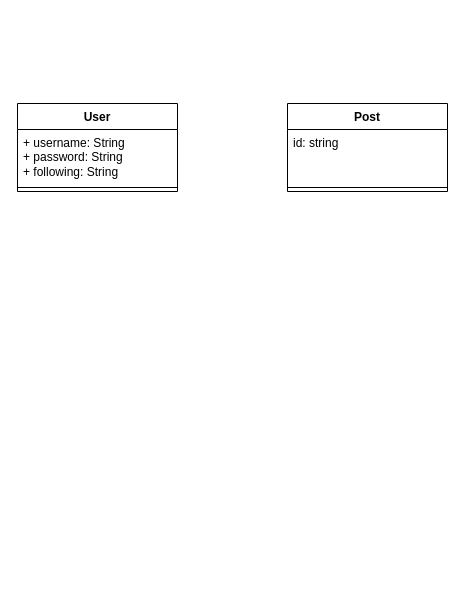
ChetanSengar/JAVA keeps this draw.io diagram as Class_Diagram.drawio. Above is the earlier version. Source tidied: cells renumbered, new cells numbered last; positions are measured from the earlier drawing's top-left corner, leaving out a move shared by most shapes. Both pictures are drawn from the tidied source at 100%, with x=0, y=0 at pixel (17, 103).
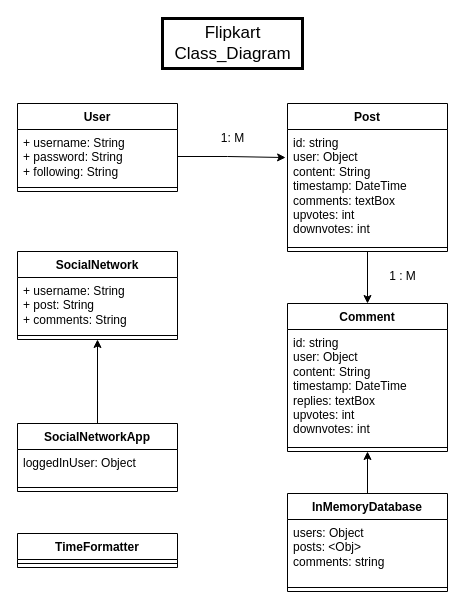
The same diagram, later.

Unchanged cells that the change refers to:
```xml
<mxCell id="3" value="+ username: String&lt;br&gt;+ password: String&lt;br&gt;+ following: String&lt;br&gt;" style="text;strokeColor=none;fillColor=none;align=left;verticalAlign=top;spacingLeft=4;spacingRight=4;overflow=hidden;points=[[0,0.5],[1,0.5]];portConstraint=eastwest;whiteSpace=wrap;html=1;" parent="2" vertex="1">
  <mxGeometry y="26" width="160" height="54" as="geometry" />
</mxCell>
```

The edit, as a diff of the source:
```diff
@@
     <mxCell id="5" value="Post" style="swimlane;fontStyle=1;align=center;verticalAlign=top;horizontal=1;startSize=26;whiteSpace=wrap;html=1;" parent="1" vertex="1">
-      <mxGeometry x="270" width="160" height="88" as="geometry" />
+      <mxGeometry x="270" width="160" height="148" as="geometry" />
     </mxCell>
-    <mxCell id="6" value="id: string&lt;br&gt;" style="text;strokeColor=none;fillColor=none;align=left;verticalAlign=top;spacingLeft=4;spacingRight=4;overflow=hidden;points=[[0,0.5],[1,0.5]];portConstraint=eastwest;whiteSpace=wrap;html=1;" parent="5" vertex="1">
-      <mxGeometry y="26" width="160" height="54" as="geometry" />
+    <mxCell id="6" value="id: string&lt;br&gt;user: Object&lt;br&gt;content: String&lt;br&gt;timestamp: DateTime&lt;br&gt;comments: textBox&lt;br&gt;upvotes: int&lt;br&gt;downvotes: int&lt;br&gt;" style="text;strokeColor=none;fillColor=none;align=left;verticalAlign=top;spacingLeft=4;spacingRight=4;overflow=hidden;points=[[0,0.5],[1,0.5]];portConstraint=eastwest;whiteSpace=wrap;html=1;" parent="5" vertex="1">
+      <mxGeometry y="26" width="160" height="114" as="geometry" />
     </mxCell>
     <mxCell id="7" style="line;strokeWidth=1;fillColor=none;align=left;verticalAlign=middle;spacingTop=-1;spacingLeft=3;spacingRight=3;labelPosition=right;strokeColor=inherit;" parent="5" vertex="1">
-      <mxGeometry y="80" width="160" height="8" as="geometry" />
+      <mxGeometry y="140" width="160" height="8" as="geometry" />
     </mxCell>
+    <mxCell id="8" style="endArrow=classic;html=1;rounded=0;exitX=1;exitY=0.5;exitDx=0;exitDy=0;entryX=-0.012;entryY=0.246;entryDx=0;entryDy=0;entryPerimeter=0;" parent="1" edge="1" source="3" target="6">
+      <mxGeometry relative="1" as="geometry">
+        <Array as="points">
+          <mxPoint x="210" y="53" />
+        </Array>
+      </mxGeometry>
+    </mxCell>
+    <mxCell id="9" value="Comment&lt;br&gt;" style="swimlane;fontStyle=1;align=center;verticalAlign=top;horizontal=1;startSize=26;whiteSpace=wrap;html=1;" parent="1" vertex="1">
+      <mxGeometry x="270" y="200" width="160" height="148" as="geometry" />
+    </mxCell>
+    <mxCell id="10" value="id: string&lt;br&gt;user: Object&lt;br&gt;content: String&lt;br&gt;timestamp: DateTime&lt;br&gt;replies: textBox&lt;br&gt;upvotes: int&lt;br&gt;downvotes: int" style="text;strokeColor=none;fillColor=none;align=left;verticalAlign=top;spacingLeft=4;spacingRight=4;overflow=hidden;whiteSpace=wrap;html=1;" parent="9" vertex="1">
+      <mxGeometry y="26" width="160" height="114" as="geometry" />
+    </mxCell>
+    <mxCell id="11" style="line;strokeWidth=1;fillColor=none;align=left;verticalAlign=middle;spacingTop=-1;spacingLeft=3;spacingRight=3;labelPosition=right;strokeColor=inherit;" parent="9" vertex="1">
+      <mxGeometry y="140" width="160" height="8" as="geometry" />
+    </mxCell>
+    <mxCell id="12" value="InMemoryDatabase&lt;br&gt;" style="swimlane;fontStyle=1;align=center;verticalAlign=top;horizontal=1;startSize=26;whiteSpace=wrap;html=1;" parent="1" vertex="1">
+      <mxGeometry x="270" y="390" width="160" height="98" as="geometry" />
+    </mxCell>
+    <mxCell id="13" value="users: Object&lt;br&gt;posts: &amp;lt;Obj&amp;gt;&lt;br&gt;comments: string" style="text;strokeColor=none;fillColor=none;align=left;verticalAlign=top;spacingLeft=4;spacingRight=4;overflow=hidden;whiteSpace=wrap;html=1;" parent="12" vertex="1">
+      <mxGeometry y="26" width="160" height="64" as="geometry" />
+    </mxCell>
+    <mxCell id="14" style="line;strokeWidth=1;fillColor=none;align=left;verticalAlign=middle;spacingTop=-1;spacingLeft=3;spacingRight=3;labelPosition=right;strokeColor=inherit;" parent="12" vertex="1">
+      <mxGeometry y="90" width="160" height="8" as="geometry" />
+    </mxCell>
+    <mxCell id="15" style="endArrow=classic;html=1;rounded=0;exitX=0.5;exitY=1;exitDx=0;exitDy=0;entryX=0.5;entryY=0;entryDx=0;entryDy=0;" parent="1" edge="1" source="5" target="9">
+      <mxGeometry relative="1" as="geometry" />
+    </mxCell>
+    <mxCell id="16" style="endArrow=classic;html=1;rounded=0;entryX=0.5;entryY=1;entryDx=0;entryDy=0;exitX=0.5;exitY=0;exitDx=0;exitDy=0;" parent="1" edge="1" source="12" target="9">
+      <mxGeometry relative="1" as="geometry" />
+    </mxCell>
+    <mxCell id="17" value="1: M" style="text;html=1;align=center;verticalAlign=middle;strokeColor=none;fillColor=none;" parent="1" vertex="1">
+      <mxGeometry x="190" y="20" width="50" height="30" as="geometry" />
+    </mxCell>
+    <mxCell id="18" value="1 : M" style="text;html=1;align=center;verticalAlign=middle;strokeColor=none;fillColor=none;" parent="1" vertex="1">
+      <mxGeometry x="360" y="158" width="50" height="30" as="geometry" />
+    </mxCell>
+    <mxCell id="19" value="SocialNetwork" style="swimlane;fontStyle=1;align=center;verticalAlign=top;horizontal=1;startSize=26;whiteSpace=wrap;html=1;" parent="1" vertex="1">
+      <mxGeometry y="148" width="160" height="88" as="geometry" />
+    </mxCell>
+    <mxCell id="20" value="+ username: String&lt;br&gt;+ post: String&lt;br&gt;+ comments: String&lt;br&gt;" style="text;strokeColor=none;fillColor=none;align=left;verticalAlign=top;spacingLeft=4;spacingRight=4;overflow=hidden;whiteSpace=wrap;html=1;" parent="19" vertex="1">
+      <mxGeometry y="26" width="160" height="54" as="geometry" />
+    </mxCell>
+    <mxCell id="21" style="line;strokeWidth=1;fillColor=none;align=left;verticalAlign=middle;spacingTop=-1;spacingLeft=3;spacingRight=3;labelPosition=right;strokeColor=inherit;" parent="19" vertex="1">
+      <mxGeometry y="80" width="160" height="8" as="geometry" />
+    </mxCell>
+    <mxCell id="22" value="SocialNetworkApp&lt;br&gt;" style="swimlane;fontStyle=1;align=center;verticalAlign=top;horizontal=1;startSize=26;whiteSpace=wrap;html=1;" parent="1" vertex="1">
+      <mxGeometry y="320" width="160" height="68" as="geometry" />
+    </mxCell>
+    <mxCell id="23" value="loggedInUser: Object" style="text;strokeColor=none;fillColor=none;align=left;verticalAlign=top;spacingLeft=4;spacingRight=4;overflow=hidden;whiteSpace=wrap;html=1;" parent="22" vertex="1">
+      <mxGeometry y="26" width="160" height="34" as="geometry" />
+    </mxCell>
+    <mxCell id="24" style="line;strokeWidth=1;fillColor=none;align=left;verticalAlign=middle;spacingTop=-1;spacingLeft=3;spacingRight=3;labelPosition=right;strokeColor=inherit;" parent="22" vertex="1">
+      <mxGeometry y="60" width="160" height="8" as="geometry" />
+    </mxCell>
+    <mxCell id="25" style="endArrow=classic;html=1;rounded=0;entryX=0.5;entryY=1;entryDx=0;entryDy=0;exitX=0.5;exitY=0;exitDx=0;exitDy=0;" parent="1" edge="1" source="22" target="19">
+      <mxGeometry relative="1" as="geometry" />
+    </mxCell>
+    <mxCell id="26" value="TimeFormatter" style="swimlane;fontStyle=1;align=center;verticalAlign=top;horizontal=1;startSize=26;whiteSpace=wrap;html=1;" parent="1" vertex="1">
+      <mxGeometry y="430" width="160" height="34" as="geometry" />
+    </mxCell>
+    <mxCell id="27" style="line;strokeWidth=1;fillColor=none;align=left;verticalAlign=middle;spacingTop=-1;spacingLeft=3;spacingRight=3;labelPosition=right;strokeColor=inherit;" parent="26" vertex="1">
+      <mxGeometry y="26" width="160" height="8" as="geometry" />
+    </mxCell>
+    <mxCell id="28" value="Flipkart&lt;br style=&quot;font-size: 17px;&quot;&gt;Class_Diagram" style="text;html=1;align=center;verticalAlign=middle;strokeColor=default;fillColor=none;strokeWidth=3;fontSize=17;" parent="1" vertex="1">
+      <mxGeometry x="145" y="-85" width="140" height="50" as="geometry" />
+    </mxCell>
```
